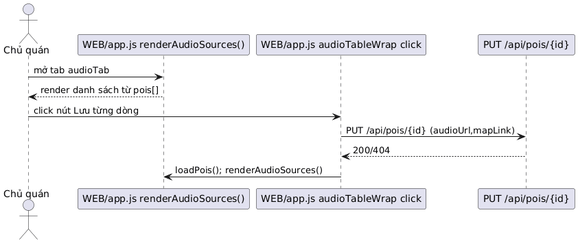
hoangtri22/TravelGuide keeps this PlantUML diagram as Diagrams/SE Owner QuanLyAudioMapLink.png. Above is the earlier version. The source it was exported from:
```plantuml
@startuml
actor "Chủ quán" as O
participant "WEB/app.js renderAudioSources()" as RENDER
participant "WEB/app.js audioTableWrap click" as FE
participant "PUT /api/pois/{id}" as PUT
O -> RENDER : mở tab audioTab
RENDER --> O : render danh sách từ pois[]
O -> FE : click nút Lưu từng dòng
FE -> PUT : PUT /api/pois/{id} (audioUrl,mapLink)
PUT --> FE : 200/404
FE -> RENDER : loadPois(); renderAudioSources()
@enduml
```
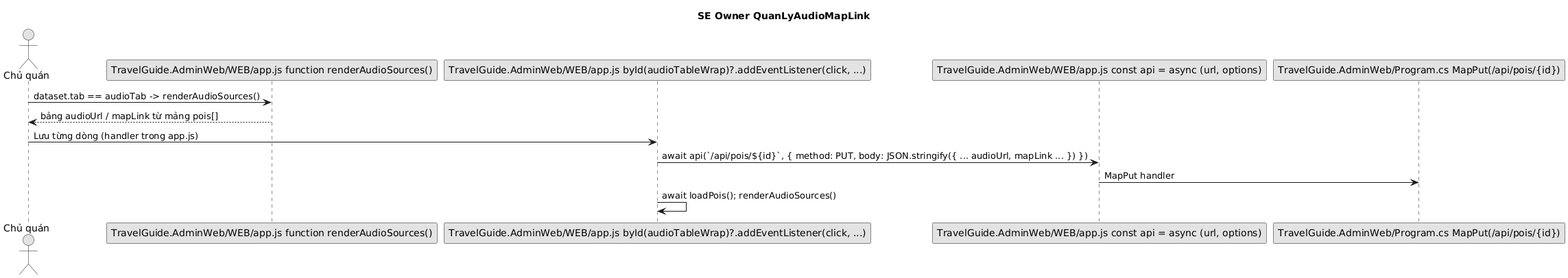
Later version of the same file.

Diff of the diagram source:
```diff
@@ -1,12 +1,16 @@
 @startuml
+title SE Owner QuanLyAudioMapLink
+skinparam shadowing false
+skinparam monochrome true
 actor "Chủ quán" as O
-participant "WEB/app.js renderAudioSources()" as RENDER
-participant "WEB/app.js audioTableWrap click" as FE
-participant "PUT /api/pois/{id}" as PUT
-O -> RENDER : mở tab audioTab
-RENDER --> O : render danh sách từ pois[]
-O -> FE : click nút Lưu từng dòng
-FE -> PUT : PUT /api/pois/{id} (audioUrl,mapLink)
-PUT --> FE : 200/404
-FE -> RENDER : loadPois(); renderAudioSources()
+participant "TravelGuide.AdminWeb/WEB/app.js function renderAudioSources()" as RENDER
+participant "TravelGuide.AdminWeb/WEB/app.js byId(audioTableWrap)?.addEventListener(click, ...)" as FE
+participant "TravelGuide.AdminWeb/WEB/app.js const api = async (url, options)" as APIJS
+participant "TravelGuide.AdminWeb/Program.cs MapPut(/api/pois/{id})" as PUT
+O -> RENDER : dataset.tab == audioTab -> renderAudioSources()
+RENDER --> O : bảng audioUrl / mapLink từ mảng pois[]
+O -> FE : Lưu từng dòng (handler trong app.js)
+FE -> APIJS : await api(`/api/pois/${id}`, { method: PUT, body: JSON.stringify({ ... audioUrl, mapLink ... }) })
+APIJS -> PUT : MapPut handler
+FE -> FE : await loadPois(); renderAudioSources()
 @enduml
```
